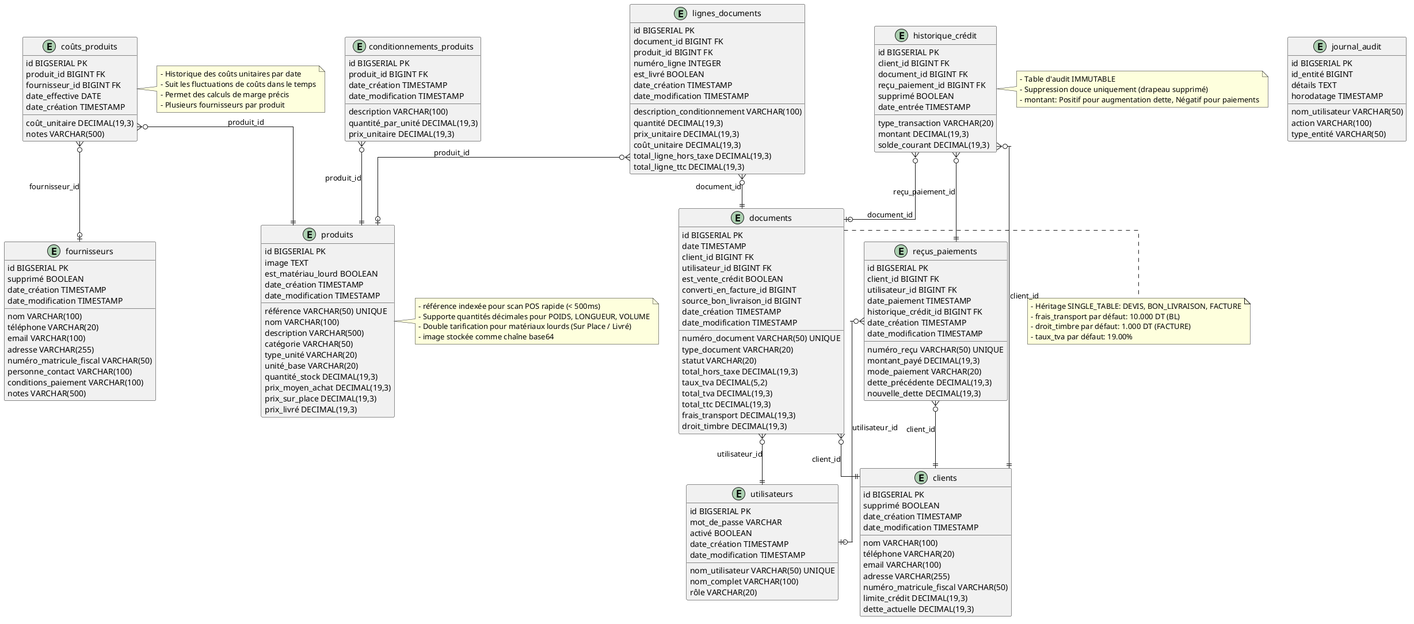
This is docs/images/Schema-Base-De-Donnees-Magasin-Materiaux.png from mAmineChniti/hardware_store, a PlantUML export, as it was before one commit.
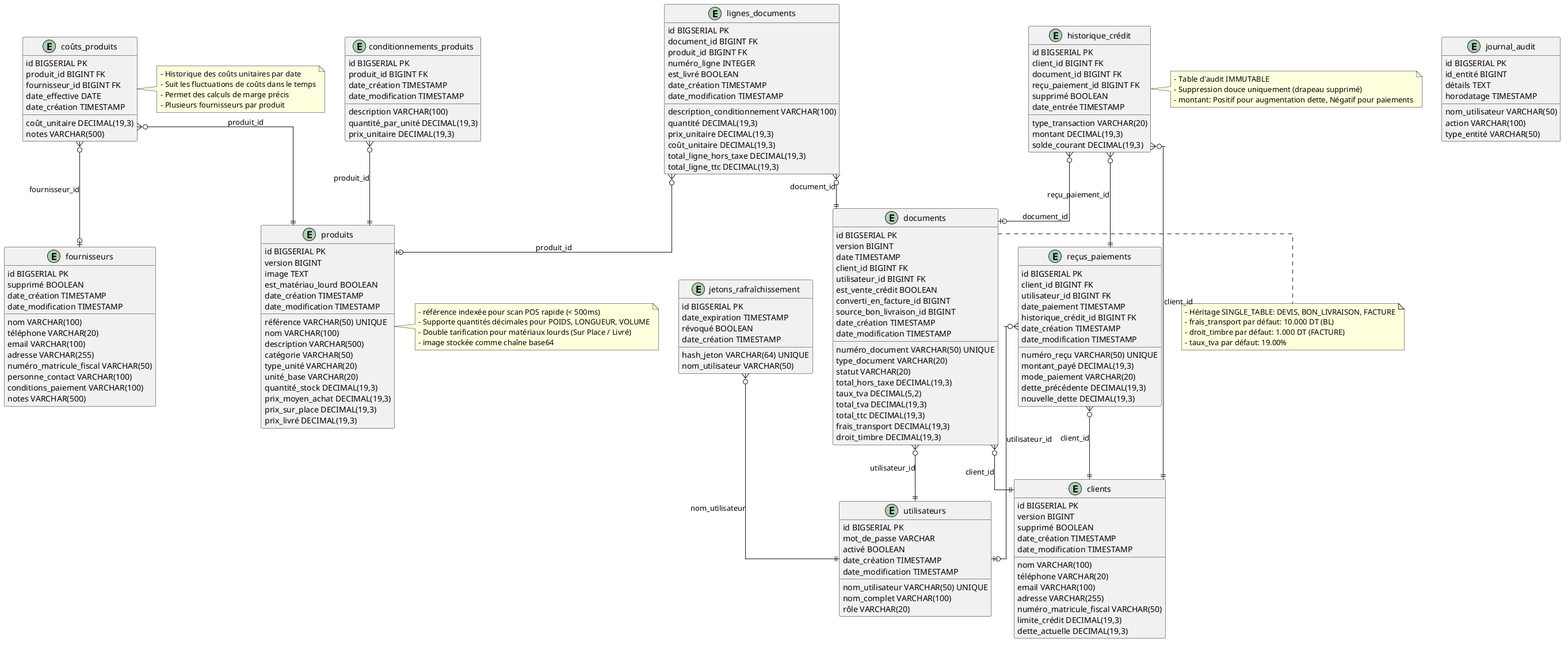
After the commit.

The edit, as a diff of the source:
```diff
@@ -20,6 +20,7 @@
 
 entity clients {
   id BIGSERIAL PK
+  version BIGINT
   nom VARCHAR(100)
   téléphone VARCHAR(20)
   email VARCHAR(100)
@@ -49,6 +50,7 @@
 
 entity produits {
   id BIGSERIAL PK
+  version BIGINT
   référence VARCHAR(50) UNIQUE
   nom VARCHAR(100)
   description VARCHAR(500)
@@ -87,6 +89,7 @@
 
 entity documents {
   id BIGSERIAL PK
+  version BIGINT
   numéro_document VARCHAR(50) UNIQUE
   date TIMESTAMP
   type_document VARCHAR(20)
@@ -159,6 +162,15 @@
   horodatage TIMESTAMP
 }
 
+entity jetons_rafraîchissement {
+  id BIGSERIAL PK
+  hash_jeton VARCHAR(64) UNIQUE
+  nom_utilisateur VARCHAR(50)
+  date_expiration TIMESTAMP
+  révoqué BOOLEAN
+  date_création TIMESTAMP
+}
+
 
 conditionnements_produits }o--|| produits : "produit_id"
 coûts_produits }o--|| produits : "produit_id"
@@ -172,6 +184,7 @@
 historique_crédit }o--|| clients : "client_id"
 historique_crédit }o--o| documents : "document_id"
 historique_crédit }o--|| reçus_paiements : "reçu_paiement_id"
+jetons_rafraîchissement }o--|| utilisateurs : "nom_utilisateur"
 
 
 note right of produits
```
